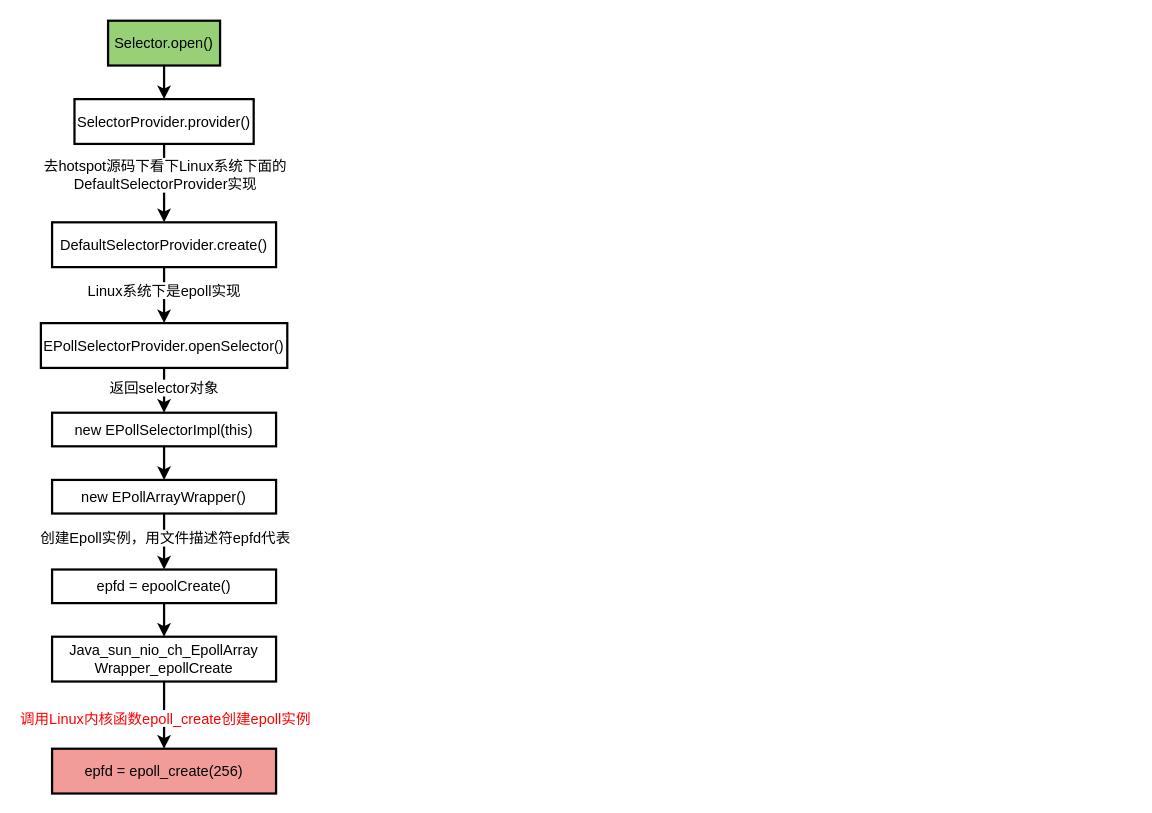
Earlier version of the draw.io diagram page "第 3 页" (3 of 3) of netty/网络IO与Epoll模型.drawio (LiHuiBin1995/study-java). Source tidied: cells renumbered, new cells numbered last; positions are measured from the earlier drawing's top-left corner, leaving out a move shared by most shapes. Both pictures are drawn from the tidied source at 112%, with x=0, y=0 at pixel (40, 20).
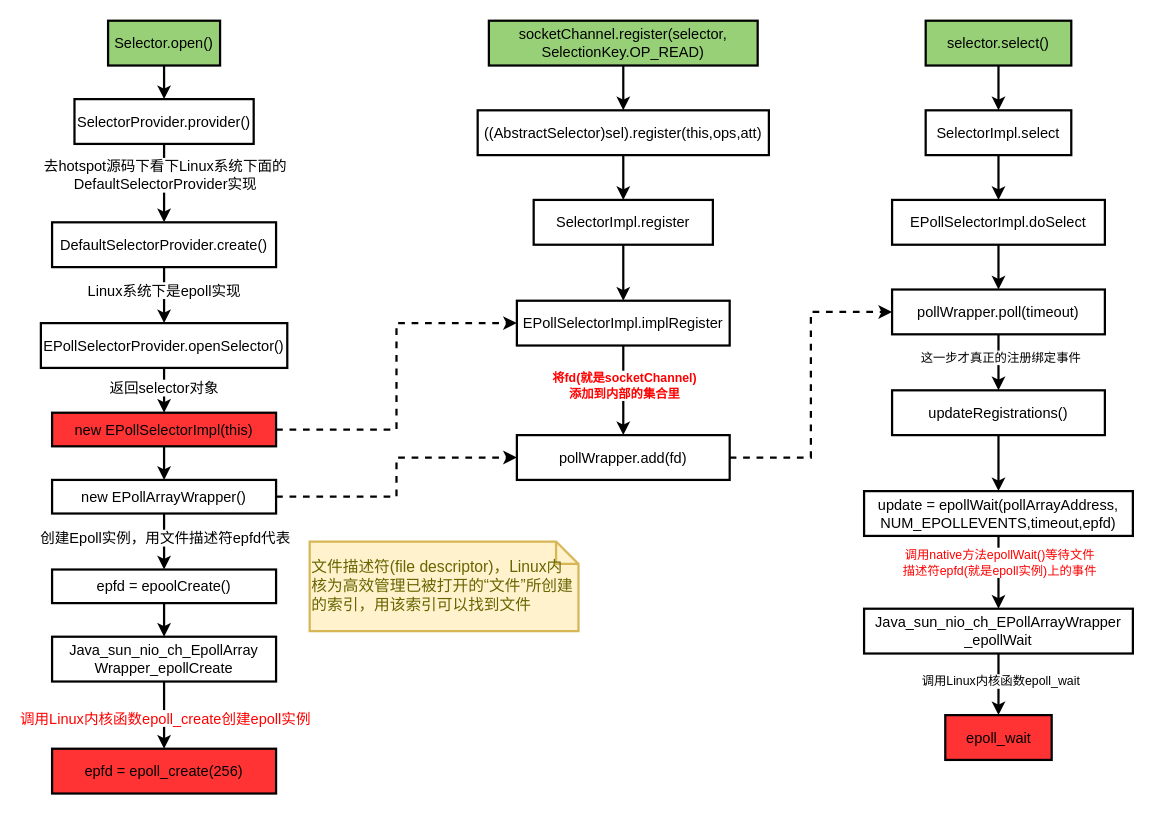
The same diagram, later.

Unchanged cells that the change refers to:
```xml
<mxCell id="17" value="new EPollArrayWrapper()" style="rounded=0;whiteSpace=wrap;html=1;fontSize=13;strokeWidth=2;fillColor=#FFFFFF;verticalAlign=middle;" parent="1" vertex="1">
  <mxGeometry x="10" y="410" width="200" height="30" as="geometry" />
</mxCell>
```

What changed in the source:
```diff
@@
+    <mxCell id="24" style="edgeStyle=orthogonalEdgeStyle;rounded=0;jettySize=auto;html=1;exitX=1;exitY=0.5;exitDx=0;exitDy=0;entryX=0;entryY=0.5;entryDx=0;entryDy=0;strokeWidth=2;dashed=1;" parent="1" edge="1" source="14" target="34">
+      <mxGeometry relative="1" as="geometry" />
+    </mxCell>
-    <mxCell id="14" value="new EPollSelectorImpl(this)" style="rounded=0;whiteSpace=wrap;html=1;fontSize=13;strokeWidth=2;fillColor=#FFFFFF;verticalAlign=middle;" parent="1" vertex="1">
+    <mxCell id="14" value="new EPollSelectorImpl(this)" style="rounded=0;whiteSpace=wrap;html=1;fontSize=13;strokeWidth=2;fillColor=#FF3333;verticalAlign=middle;" parent="1" vertex="1">
       <mxGeometry x="10" y="350" width="200" height="30" as="geometry" />
     </mxCell>
@@
+    <mxCell id="25" style="edgeStyle=orthogonalEdgeStyle;rounded=0;jettySize=auto;html=1;exitX=1;exitY=0.5;exitDx=0;exitDy=0;entryX=0;entryY=0.5;entryDx=0;entryDy=0;strokeWidth=2;dashed=1;" parent="1" edge="1" source="17" target="36">
+      <mxGeometry relative="1" as="geometry" />
+    </mxCell>
@@
-    <mxCell id="23" value="epfd = epoll_create(256)" style="rounded=0;whiteSpace=wrap;html=1;fontSize=13;strokeWidth=2;fillColor=#F19C99;verticalAlign=middle;" parent="1" vertex="1">
+    <mxCell id="23" value="epfd = epoll_create(256)" style="rounded=0;whiteSpace=wrap;html=1;fontSize=13;strokeWidth=2;fillColor=#FF3333;verticalAlign=middle;" parent="1" vertex="1">
       <mxGeometry x="10" y="650" width="200" height="40" as="geometry" />
     </mxCell>
+    <mxCell id="26" style="edgeStyle=orthogonalEdgeStyle;rounded=0;jettySize=auto;html=1;strokeWidth=2;" parent="1" edge="1" source="27" target="29">
+      <mxGeometry relative="1" as="geometry" />
+    </mxCell>
+    <mxCell id="27" value="socketChannel.register(selector,&lt;br&gt;SelectionKey.OP_READ)" style="rounded=0;whiteSpace=wrap;html=1;fontSize=13;strokeWidth=2;fillColor=#97D077;verticalAlign=middle;" parent="1" vertex="1">
+      <mxGeometry x="400" width="240" height="40" as="geometry" />
+    </mxCell>
+    <mxCell id="28" style="edgeStyle=orthogonalEdgeStyle;rounded=0;jettySize=auto;html=1;strokeWidth=2;" parent="1" edge="1" source="29" target="31">
+      <mxGeometry relative="1" as="geometry" />
+    </mxCell>
+    <mxCell id="29" value="((AbstractSelector)sel).register(this,ops,att)" style="rounded=0;whiteSpace=wrap;html=1;fontSize=13;strokeWidth=2;fillColor=#FFFFFF;verticalAlign=middle;" parent="1" vertex="1">
+      <mxGeometry x="390" y="80" width="260" height="40" as="geometry" />
+    </mxCell>
+    <mxCell id="30" style="edgeStyle=orthogonalEdgeStyle;rounded=0;jettySize=auto;html=1;strokeWidth=2;" parent="1" edge="1" source="31" target="34">
+      <mxGeometry relative="1" as="geometry" />
+    </mxCell>
+    <mxCell id="31" value="SelectorImpl.register" style="rounded=0;whiteSpace=wrap;html=1;fontSize=13;strokeWidth=2;fillColor=#FFFFFF;verticalAlign=middle;" parent="1" vertex="1">
+      <mxGeometry x="440" y="160" width="160" height="40" as="geometry" />
+    </mxCell>
+    <mxCell id="32" style="edgeStyle=orthogonalEdgeStyle;rounded=0;jettySize=auto;html=1;strokeWidth=2;" parent="1" edge="1" source="34" target="36">
+      <mxGeometry relative="1" as="geometry" />
+    </mxCell>
+    <mxCell id="33" value="将fd(就是socketChannel)&lt;br&gt;添加到内部的集合里" style="edgeLabel;html=1;align=center;verticalAlign=middle;fontColor=#FF0000;fontStyle=1;" parent="32" vertex="1">
+      <mxGeometry x="-0.12" relative="1" as="geometry" />
+    </mxCell>
+    <mxCell id="34" value="EPollSelectorImpl.implRegister" style="rounded=0;whiteSpace=wrap;html=1;fontSize=13;strokeWidth=2;fillColor=#FFFFFF;verticalAlign=middle;" parent="1" vertex="1">
+      <mxGeometry x="425" y="250" width="190" height="40" as="geometry" />
+    </mxCell>
+    <mxCell id="35" style="edgeStyle=orthogonalEdgeStyle;rounded=0;jettySize=auto;html=1;exitX=1;exitY=0.5;exitDx=0;exitDy=0;entryX=0;entryY=0.5;entryDx=0;entryDy=0;fontColor=#FF0000;strokeWidth=2;dashed=1;" parent="1" edge="1" source="36" target="46">
+      <mxGeometry relative="1" as="geometry" />
+    </mxCell>
+    <mxCell id="36" value="pollWrapper.add(fd)" style="rounded=0;whiteSpace=wrap;html=1;fontSize=13;strokeWidth=2;fillColor=#FFFFFF;verticalAlign=middle;" parent="1" vertex="1">
+      <mxGeometry x="425" y="370" width="190" height="40" as="geometry" />
+    </mxCell>
+    <mxCell id="37" value="文件描述符(file descriptor)，Linux内核为高效管理已被打开的“文件”所创建的索引，用该索引可以找到文件" style="shape=note;strokeWidth=2;fontSize=14;size=20;whiteSpace=wrap;html=1;fillColor=#fff2cc;strokeColor=#d6b656;fontColor=#666600;rounded=0;verticalAlign=middle;align=left;" parent="1" vertex="1">
+      <mxGeometry x="240" y="465" width="240" height="80" as="geometry" />
+    </mxCell>
+    <mxCell id="38" style="edgeStyle=orthogonalEdgeStyle;rounded=0;jettySize=auto;html=1;fontColor=#FF0000;strokeWidth=2;" parent="1" edge="1" source="39" target="41">
+      <mxGeometry relative="1" as="geometry" />
+    </mxCell>
+    <mxCell id="39" value="selector.select()" style="rounded=0;whiteSpace=wrap;html=1;fontSize=13;strokeWidth=2;fillColor=#97D077;verticalAlign=middle;" parent="1" vertex="1">
+      <mxGeometry x="790" width="130" height="40" as="geometry" />
+    </mxCell>
+    <mxCell id="40" style="edgeStyle=orthogonalEdgeStyle;rounded=0;jettySize=auto;html=1;fontColor=#FF0000;strokeWidth=2;" parent="1" edge="1" source="41" target="43">
+      <mxGeometry relative="1" as="geometry" />
+    </mxCell>
+    <mxCell id="41" value="SelectorImpl.select" style="rounded=0;whiteSpace=wrap;html=1;fontSize=13;strokeWidth=2;fillColor=#FFFFFF;verticalAlign=middle;" parent="1" vertex="1">
+      <mxGeometry x="790" y="80" width="130" height="40" as="geometry" />
+    </mxCell>
+    <mxCell id="42" style="edgeStyle=orthogonalEdgeStyle;rounded=0;jettySize=auto;html=1;fontColor=#FF0000;strokeWidth=2;" parent="1" edge="1" source="43" target="46">
+      <mxGeometry relative="1" as="geometry" />
+    </mxCell>
+    <mxCell id="43" value="EPollSelectorImpl.doSelect" style="rounded=0;whiteSpace=wrap;html=1;fontSize=13;strokeWidth=2;fillColor=#FFFFFF;verticalAlign=middle;" parent="1" vertex="1">
+      <mxGeometry x="760" y="160" width="190" height="40" as="geometry" />
+    </mxCell>
+    <mxCell id="44" style="edgeStyle=orthogonalEdgeStyle;rounded=0;jettySize=auto;html=1;fontColor=#FF0000;strokeWidth=2;" parent="1" edge="1" source="46" target="48">
+      <mxGeometry relative="1" as="geometry" />
+    </mxCell>
+    <mxCell id="45" value="这一步才真正的注册绑定事件" style="edgeLabel;html=1;align=center;verticalAlign=middle;fontColor=#000000;" parent="44" vertex="1">
+      <mxGeometry x="-0.22" y="1" relative="1" as="geometry" />
+    </mxCell>
+    <mxCell id="46" value="pollWrapper.poll(timeout)" style="rounded=0;whiteSpace=wrap;html=1;fontSize=13;strokeWidth=2;fillColor=#FFFFFF;verticalAlign=middle;" parent="1" vertex="1">
+      <mxGeometry x="760" y="240" width="190" height="40" as="geometry" />
+    </mxCell>
+    <mxCell id="47" style="edgeStyle=orthogonalEdgeStyle;rounded=0;jettySize=auto;html=1;fontColor=#000000;strokeWidth=2;" parent="1" edge="1" source="48" target="51">
+      <mxGeometry relative="1" as="geometry" />
+    </mxCell>
+    <mxCell id="48" value="updateRegistrations()" style="rounded=0;whiteSpace=wrap;html=1;fontSize=13;strokeWidth=2;fillColor=#FFFFFF;verticalAlign=middle;" parent="1" vertex="1">
+      <mxGeometry x="760" y="330" width="190" height="40" as="geometry" />
+    </mxCell>
+    <mxCell id="49" style="edgeStyle=orthogonalEdgeStyle;rounded=0;jettySize=auto;html=1;fontColor=#000000;strokeWidth=2;" parent="1" edge="1" source="51" target="54">
+      <mxGeometry relative="1" as="geometry" />
+    </mxCell>
+    <mxCell id="50" value="调用native方法epollWait()等待文件&lt;br&gt;描述符epfd(就是epoll实例)上的事件" style="edgeLabel;html=1;align=center;verticalAlign=middle;fontColor=#FF0000;" parent="49" vertex="1">
+      <mxGeometry x="-0.3" relative="1" as="geometry" />
+    </mxCell>
+    <mxCell id="51" value="update = epollWait(pollArrayAddress,&lt;br&gt;NUM_EPOLLEVENTS,timeout,epfd)" style="rounded=0;whiteSpace=wrap;html=1;fontSize=13;strokeWidth=2;fillColor=#FFFFFF;verticalAlign=middle;" parent="1" vertex="1">
+      <mxGeometry x="735" y="420" width="240" height="40" as="geometry" />
+    </mxCell>
+    <mxCell id="52" style="edgeStyle=orthogonalEdgeStyle;rounded=0;jettySize=auto;html=1;fontColor=#FF0000;strokeWidth=2;" parent="1" edge="1" source="54" target="55">
+      <mxGeometry relative="1" as="geometry" />
+    </mxCell>
+    <mxCell id="53" value="调用Linux内核函数epoll_wait" style="edgeLabel;html=1;align=center;verticalAlign=middle;fontColor=#000000;" parent="52" vertex="1">
+      <mxGeometry x="-0.13" y="1" relative="1" as="geometry" />
+    </mxCell>
+    <mxCell id="54" value="Java_sun_nio_ch_EPollArrayWrapper&lt;br&gt;_epollWait" style="rounded=0;whiteSpace=wrap;html=1;fontSize=13;strokeWidth=2;fillColor=#FFFFFF;verticalAlign=middle;" parent="1" vertex="1">
+      <mxGeometry x="735" y="525" width="240" height="40" as="geometry" />
+    </mxCell>
+    <mxCell id="55" value="epoll_wait" style="rounded=0;whiteSpace=wrap;html=1;fontSize=13;strokeWidth=2;fillColor=#FF3333;verticalAlign=middle;" parent="1" vertex="1">
+      <mxGeometry x="807.5" y="620" width="95" height="40" as="geometry" />
+    </mxCell>
```
